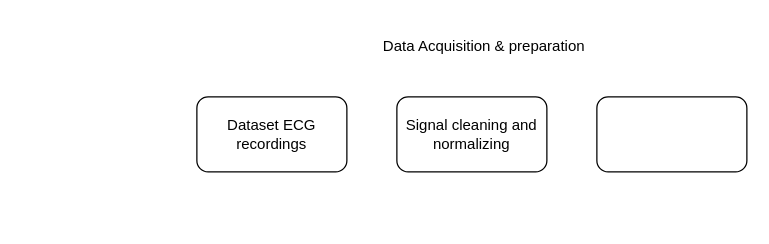
This is AUX/Anxiety_flowchart.drawio from baleninha/AnxietyNN, a draw.io file, before an edit. Source tidied: cells renumbered, new cells numbered last; positions are measured from the earlier drawing's top-left corner, leaving out a move shared by most shapes. Both pictures are drawn from the tidied source at 125%, with x=0, y=0 at pixel (196, 21).
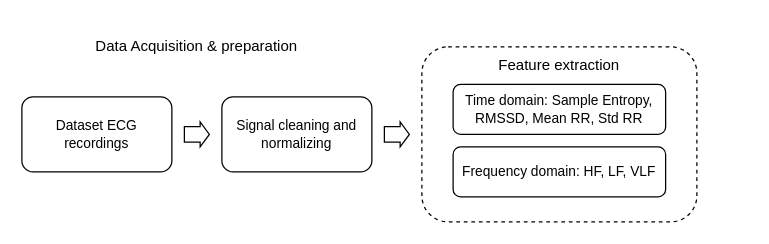
Above is the later version.

The edit, as a diff of the source:
```diff
@@
 <mxGraphModel>
   <root>
     <mxCell id="0" />
     <mxCell id="1" parent="0" />
-    <mxCell id="2" value="Dataset ECG recordings" style="rounded=1;whiteSpace=wrap;html=1;" parent="1" vertex="1">
-      <mxGeometry y="60" width="120" height="60" as="geometry" />
+    <mxCell id="2" value="Dataset ECG recordings" style="rounded=1;whiteSpace=wrap;html=1;fontSize=11;" parent="1" vertex="1">
+      <mxGeometry x="-140" y="60" width="120" height="60" as="geometry" />
     </mxCell>
     <mxCell id="3" value="Data Acquisition &amp;amp; preparation" style="text;html=1;align=center;verticalAlign=middle;whiteSpace=wrap;rounded=0;" parent="1" vertex="1">
-      <mxGeometry x="130" width="200" height="40" as="geometry" />
+      <mxGeometry x="-100" width="200" height="40" as="geometry" />
     </mxCell>
-    <mxCell id="4" value="Signal cleaning and normalizing" style="rounded=1;whiteSpace=wrap;html=1;" parent="1" vertex="1">
-      <mxGeometry x="160" y="60" width="120" height="60" as="geometry" />
+    <mxCell id="4" value="Signal cleaning and normalizing" style="rounded=1;whiteSpace=wrap;html=1;fontSize=11;" parent="1" vertex="1">
+      <mxGeometry x="20" y="60" width="120" height="60" as="geometry" />
     </mxCell>
-    <mxCell id="5" style="rounded=1;whiteSpace=wrap;html=1;" parent="1" vertex="1">
-      <mxGeometry x="320" y="60" width="120" height="60" as="geometry" />
+    <mxCell id="5" style="rounded=1;whiteSpace=wrap;html=1;dashed=1;" parent="1" vertex="1">
+      <mxGeometry x="180" y="20" width="220" height="140" as="geometry" />
     </mxCell>
+    <mxCell id="6" value="Time domain: Sample Entropy, RMSSD, Mean RR, Std RR" style="rounded=1;whiteSpace=wrap;html=1;fontSize=11;" parent="1" vertex="1">
+      <mxGeometry x="205" y="50" width="170" height="40" as="geometry" />
+    </mxCell>
+    <mxCell id="7" value="Frequency domain: HF, LF, VLF" style="rounded=1;whiteSpace=wrap;html=1;fontSize=11;" parent="1" vertex="1">
+      <mxGeometry x="205" y="100" width="170" height="40" as="geometry" />
+    </mxCell>
+    <mxCell id="8" value="Feature extraction" style="text;html=1;align=center;verticalAlign=middle;whiteSpace=wrap;rounded=0;" parent="1" vertex="1">
+      <mxGeometry x="240" y="20" width="100" height="30" as="geometry" />
+    </mxCell>
+    <mxCell id="9" style="shape=singleArrow;whiteSpace=wrap;html=1;arrowWidth=0.6123802548363092;arrowSize=0.36971400669642945;" parent="1" vertex="1">
+      <mxGeometry x="-10" y="80" width="20" height="20" as="geometry" />
+    </mxCell>
+    <mxCell id="10" style="shape=singleArrow;whiteSpace=wrap;html=1;arrowWidth=0.6123802548363092;arrowSize=0.36971400669642945;" parent="1" vertex="1">
+      <mxGeometry x="150" y="80" width="20" height="20" as="geometry" />
+    </mxCell>
   </root>
 </mxGraphModel>
```
